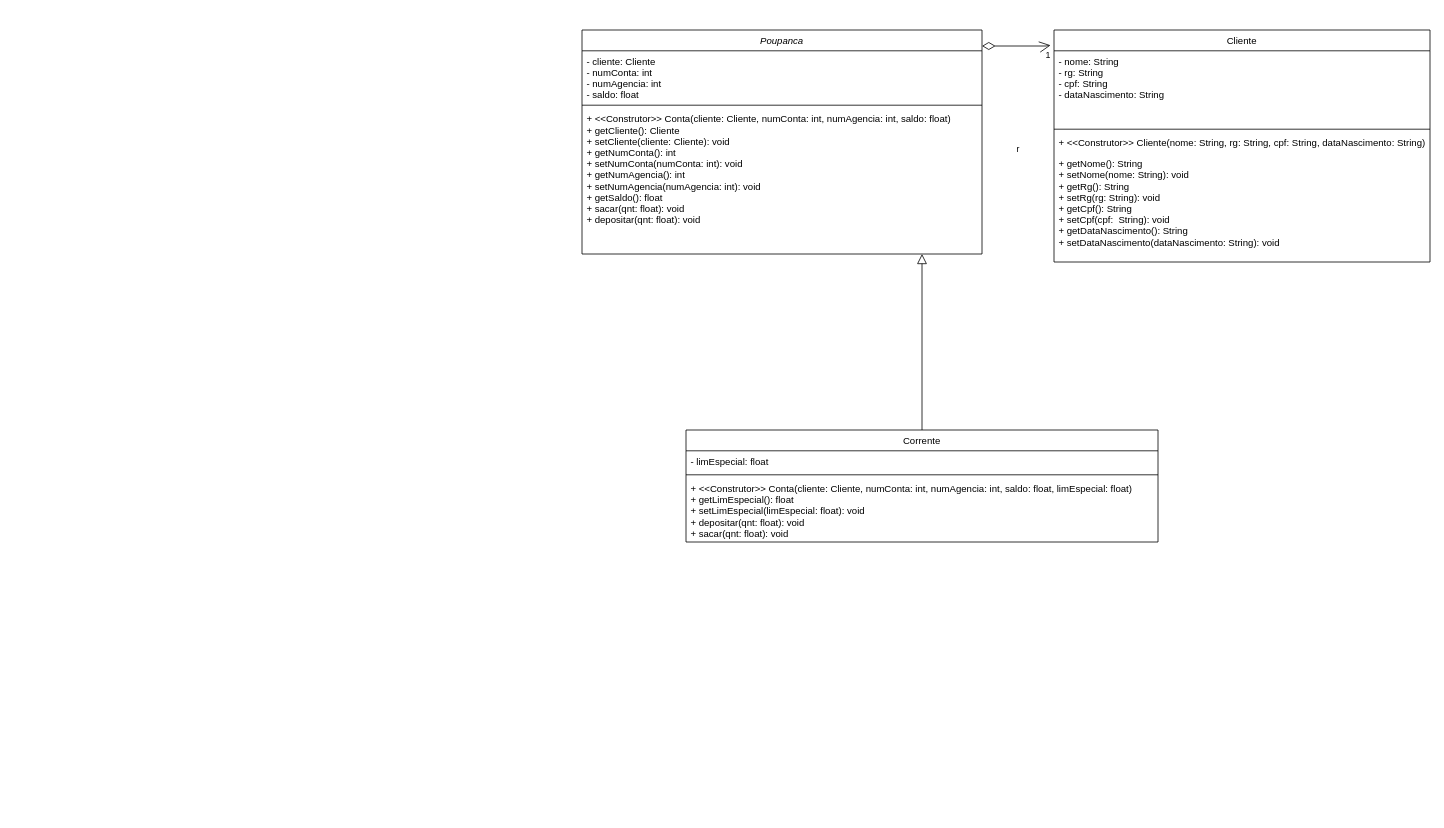
Pedry123/cuiabank keeps this draw.io diagram as cuiabank.drawio. Above is the earlier version. Source tidied: cells renumbered, new cells numbered last; positions are measured from the earlier drawing's top-left corner, leaving out a move shared by most shapes. Both pictures are drawn from the tidied source at 80%, with x=0, y=0 at pixel (582, 30).
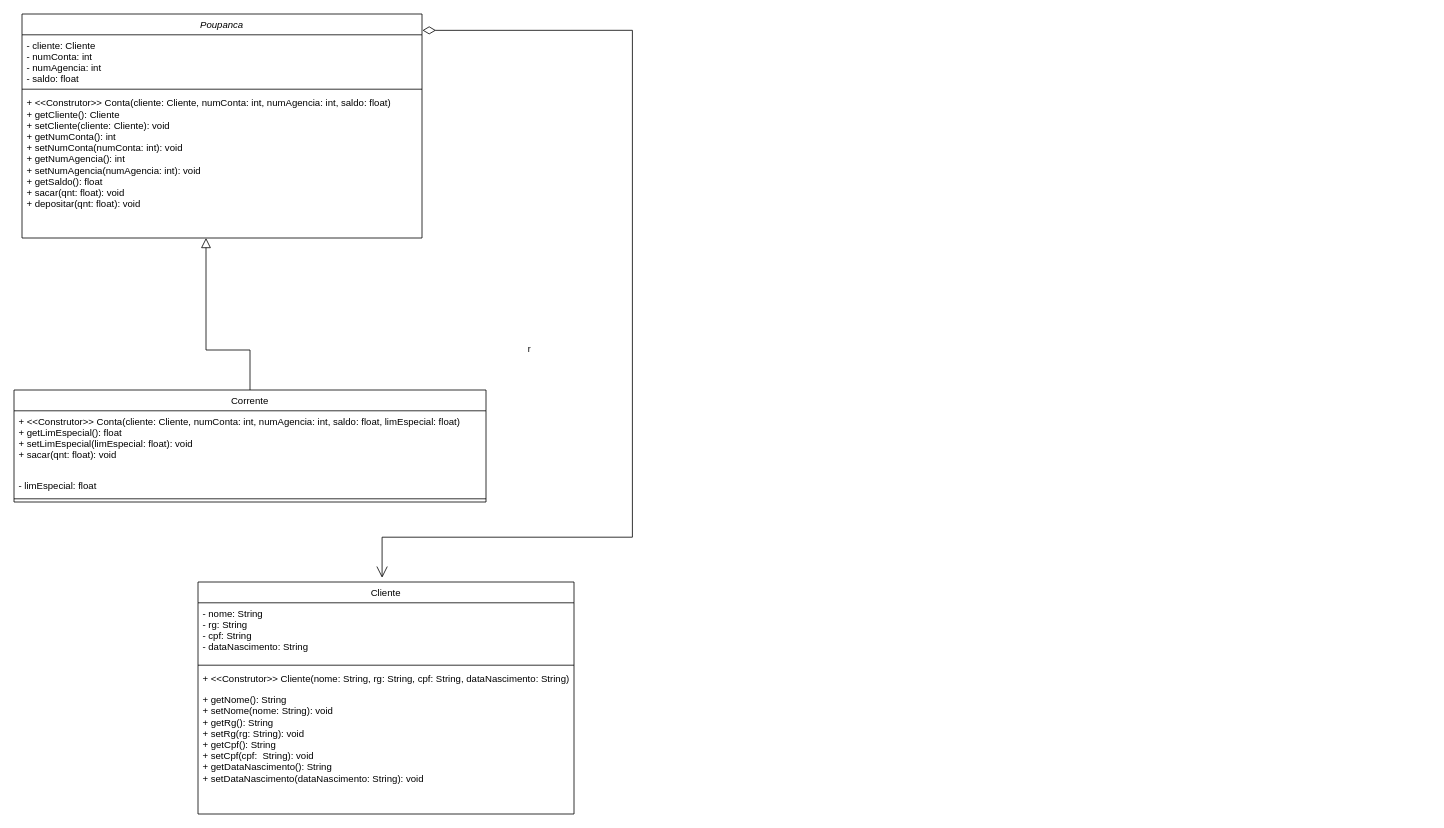
The same diagram, later.

Change to the diagram source:
```diff
@@
     <mxCell id="2" value="Poupanca" style="swimlane;fontStyle=2;align=center;verticalAlign=top;horizontal=1;startSize=26;rounded=0;shadow=0;strokeWidth=1;" parent="1" vertex="1">
-      <mxGeometry width="500" height="280" as="geometry" />
+      <mxGeometry x="-700" y="-20" width="500" height="280" as="geometry" />
     </mxCell>
@@
     <mxCell id="6" value="Corrente" style="swimlane;fontStyle=0;align=center;verticalAlign=top;horizontal=1;startSize=26;rounded=0;shadow=0;strokeWidth=1;" parent="1" vertex="1">
-      <mxGeometry x="130" y="500" width="590" height="140" as="geometry" />
+      <mxGeometry x="-710" y="450" width="590" height="140" as="geometry" />
     </mxCell>
+    <mxCell id="9" value="+ &lt;&lt;Construtor&gt;&gt; Conta(cliente: Cliente, numConta: int, numAgencia: int, saldo: float, limEspecial: float)&#10;+ getLimEspecial(): float&#10;+ setLimEspecial(limEspecial: float): void&#10;+ sacar(qnt: float): void" style="text;align=left;verticalAlign=top;spacingLeft=4;spacingRight=4;overflow=hidden;" parent="6" vertex="1">
+      <mxGeometry y="26" width="590" height="80" as="geometry" />
+    </mxCell>
     <mxCell id="7" value="- limEspecial: float" style="text;align=left;verticalAlign=top;spacingLeft=4;spacingRight=4;overflow=hidden;" parent="6" vertex="1">
-      <mxGeometry y="26" width="590" height="26" as="geometry" />
+      <mxGeometry y="106" width="590" height="26" as="geometry" />
     </mxCell>
     <mxCell id="8" style="line;html=1;strokeWidth=1;align=left;verticalAlign=middle;spacingTop=-1;spacingLeft=3;spacingRight=3;labelPosition=right;" parent="6" vertex="1">
-      <mxGeometry y="52" width="590" height="8" as="geometry" />
+      <mxGeometry y="132" width="590" height="8" as="geometry" />
     </mxCell>
-    <mxCell id="9" value="+ &lt;&lt;Construtor&gt;&gt; Conta(cliente: Cliente, numConta: int, numAgencia: int, saldo: float, limEspecial: float)&#10;+ getLimEspecial(): float&#10;+ setLimEspecial(limEspecial: float): void&#10;+ depositar(qnt: float): void&#10;+ sacar(qnt: float): void" style="text;align=left;verticalAlign=top;spacingLeft=4;spacingRight=4;overflow=hidden;" parent="6" vertex="1">
-      <mxGeometry y="60" width="590" height="80" as="geometry" />
-    </mxCell>
-    <mxCell id="10" style="endArrow=block;endSize=10;endFill=0;shadow=0;strokeWidth=1;rounded=0;edgeStyle=elbowEdgeStyle;elbow=vertical;" parent="1" edge="1" source="6" target="2">
+    <mxCell id="10" style="endArrow=block;endSize=10;endFill=0;shadow=0;strokeWidth=1;rounded=0;edgeStyle=elbowEdgeStyle;elbow=vertical;exitX=0.5;exitY=0;exitDx=0;exitDy=0;" parent="1" edge="1" source="6">
       <mxGeometry relative="1" as="geometry">
+        <mxPoint x="-470" y="260" as="targetPoint" />
         <Array as="points">
-          <mxPoint x="240" y="280" />
+          <mxPoint x="-140" y="400" />
         </Array>
       </mxGeometry>
     </mxCell>
     <mxCell id="11" value="Cliente" style="swimlane;fontStyle=0;align=center;verticalAlign=top;horizontal=1;startSize=26;rounded=0;shadow=0;strokeWidth=1;" parent="1" vertex="1">
-      <mxGeometry x="590" width="470" height="290" as="geometry" />
+      <mxGeometry x="-480" y="690" width="470" height="290" as="geometry" />
     </mxCell>
     <mxCell id="12" value="- nome: String&#10;- rg: String&#10;- cpf: String&#10;- dataNascimento: String" style="text;align=left;verticalAlign=top;spacingLeft=4;spacingRight=4;overflow=hidden;" parent="11" vertex="1">
-      <mxGeometry y="26" width="470" height="94" as="geometry" />
+      <mxGeometry y="26" width="470" height="74" as="geometry" />
     </mxCell>
     <mxCell id="13" style="line;html=1;strokeWidth=1;align=left;verticalAlign=middle;spacingTop=-1;spacingLeft=3;spacingRight=3;labelPosition=right;" parent="11" vertex="1">
-      <mxGeometry y="120" width="470" height="8" as="geometry" />
+      <mxGeometry y="100" width="470" height="8" as="geometry" />
     </mxCell>
     <mxCell id="14" value="+ &lt;&lt;Construtor&gt;&gt; Cliente(nome: String, rg: String, cpf: String, dataNascimento: String) " style="text;align=left;verticalAlign=top;spacingLeft=4;spacingRight=4;overflow=hidden;" parent="11" vertex="1">
-      <mxGeometry y="128" width="470" height="26" as="geometry" />
+      <mxGeometry y="108" width="470" height="26" as="geometry" />
     </mxCell>
     <mxCell id="15" value="+ getNome(): String&#10;+ setNome(nome: String): void&#10;+ getRg(): String&#10;+ setRg(rg: String): void&#10;+ getCpf(): String&#10;+ setCpf(cpf:  String): void&#10;+ getDataNascimento(): String&#10;+ setDataNascimento(dataNascimento: String): void" style="text;align=left;verticalAlign=top;spacingLeft=4;spacingRight=4;overflow=hidden;" parent="11" vertex="1">
-      <mxGeometry y="154" width="470" height="136" as="geometry" />
+      <mxGeometry y="134" width="470" height="136" as="geometry" />
     </mxCell>
-    <mxCell id="16" value="r" style="endArrow=open;html=1;endSize=12;startArrow=diamondThin;startSize=14;startFill=0;edgeStyle=orthogonalEdgeStyle;rounded=0;entryX=-0.009;entryY=0.066;entryDx=0;entryDy=0;entryPerimeter=0;" parent="1" edge="1" target="11">
+    <mxCell id="16" value="r" style="endArrow=open;html=1;endSize=12;startArrow=diamondThin;startSize=14;startFill=0;edgeStyle=orthogonalEdgeStyle;rounded=0;entryX=0.399;entryY=-0.018;entryDx=0;entryDy=0;entryPerimeter=0;exitX=1.001;exitY=0.073;exitDx=0;exitDy=0;exitPerimeter=0;" parent="1" edge="1" source="2">
       <mxGeometry x="0.05" y="-129" relative="1" as="geometry">
-        <mxPoint x="500" y="20" as="sourcePoint" />
+        <mxPoint x="-249.9" y="684.8" as="targetPoint" />
         <Array as="points">
-          <mxPoint x="580" y="20" />
+          <mxPoint x="63" />
+          <mxPoint x="63" y="634" />
+          <mxPoint x="-250" y="634" />
         </Array>
       </mxGeometry>
     </mxCell>
-    <mxCell id="17" value="1" style="edgeLabel;html=1;align=right;verticalAlign=top;" parent="16" vertex="1">
-      <mxGeometry x="1" relative="1" as="geometry" />
-    </mxCell>
```
